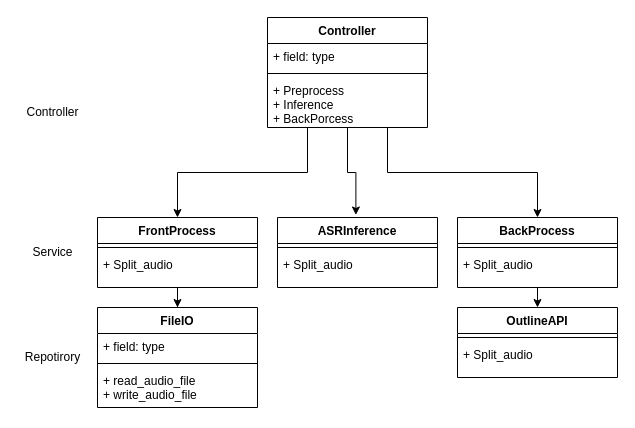
TUT-SLP-lab/semi_asr_system keeps this draw.io diagram as page "ASRsystem" (3 of 3) of doc/ASRsystem.drawio. Above is the earlier version. Source tidied: cells renumbered, new cells numbered last; positions are measured from the earlier drawing's top-left corner, leaving out a move shared by most shapes. Both pictures are drawn from the tidied source at 100%, with x=0, y=0 at pixel (17, 17).
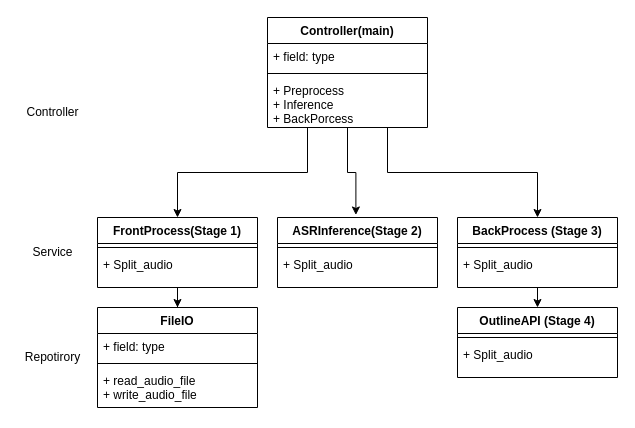
The same page after the edit.

Diff of the diagram source:
```diff
@@
-    <mxCell id="5" value="Controller" style="swimlane;fontStyle=1;align=center;verticalAlign=top;horizontal=1;startSize=26;" parent="1" vertex="1">
+    <mxCell id="5" value="Controller(main)" style="swimlane;fontStyle=1;align=center;verticalAlign=top;horizontal=1;startSize=26;" parent="1" vertex="1">
       <mxGeometry x="250" width="160" height="110" as="geometry" />
     </mxCell>
@@
-    <mxCell id="10" value="FrontProcess" style="swimlane;fontStyle=1;align=center;verticalAlign=top;horizontal=1;startSize=26;" parent="1" vertex="1">
+    <mxCell id="10" value="FrontProcess(Stage 1)" style="swimlane;fontStyle=1;align=center;verticalAlign=top;horizontal=1;startSize=26;" parent="1" vertex="1">
       <mxGeometry x="80" y="200" width="160" height="70" as="geometry" />
     </mxCell>
@@
-    <mxCell id="17" value="ASRInference" style="swimlane;fontStyle=1;align=center;verticalAlign=top;horizontal=1;startSize=26;" parent="1" vertex="1">
+    <mxCell id="17" value="ASRInference(Stage 2)" style="swimlane;fontStyle=1;align=center;verticalAlign=top;horizontal=1;startSize=26;" parent="1" vertex="1">
       <mxGeometry x="260" y="200" width="160" height="70" as="geometry" />
     </mxCell>
@@
-    <mxCell id="21" value="BackProcess" style="swimlane;fontStyle=1;align=center;verticalAlign=top;horizontal=1;startSize=26;" parent="1" vertex="1">
+    <mxCell id="21" value="BackProcess (Stage 3)" style="swimlane;fontStyle=1;align=center;verticalAlign=top;horizontal=1;startSize=26;" parent="1" vertex="1">
       <mxGeometry x="440" y="200" width="160" height="70" as="geometry" />
     </mxCell>
@@
-    <mxCell id="24" value="OutlineAPI" style="swimlane;fontStyle=1;align=center;verticalAlign=top;horizontal=1;startSize=26;" parent="1" vertex="1">
+    <mxCell id="24" value="OutlineAPI (Stage 4)" style="swimlane;fontStyle=1;align=center;verticalAlign=top;horizontal=1;startSize=26;" parent="1" vertex="1">
       <mxGeometry x="440" y="290" width="160" height="70" as="geometry" />
     </mxCell>
```
